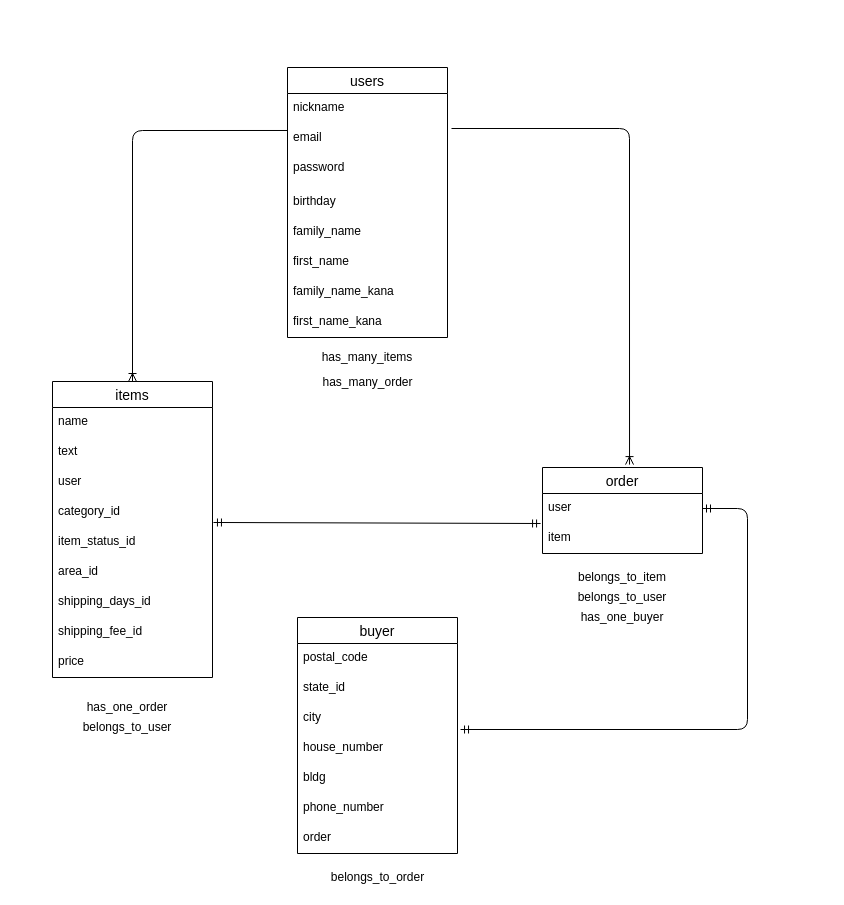
The draw.io diagram ER.dio in outputonlypunch2020xx/furima-30622, before the edit. Source tidied: cells renumbered, new cells numbered last; positions are measured from the earlier drawing's top-left corner, leaving out a move shared by most shapes. Both pictures are drawn from the tidied source at 100%, with x=0, y=0 at pixel (52, 67).
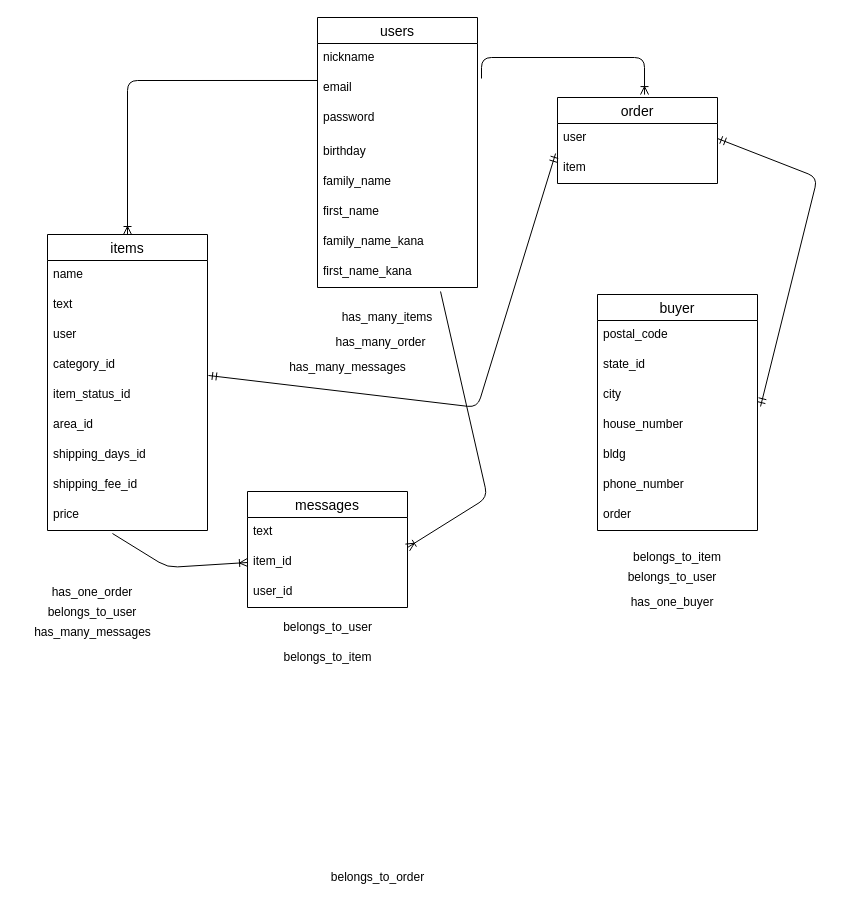
After the change.

Unchanged cells that the change refers to:
```xml
<mxCell id="16" value="email" style="text;strokeColor=none;fillColor=none;spacingLeft=4;spacingRight=4;overflow=hidden;points=[[0,0.5],[1,0.5]];portConstraint=eastwest;fontSize=12;" parent="14" vertex="1">
  <mxGeometry y="56" width="160" height="30" as="geometry" />
</mxCell>
<mxCell id="22" value="first_name_kana" style="text;strokeColor=none;fillColor=none;spacingLeft=4;spacingRight=4;overflow=hidden;points=[[0,0.5],[1,0.5]];portConstraint=eastwest;fontSize=12;" parent="14" vertex="1">
  <mxGeometry y="240" width="160" height="30" as="geometry" />
</mxCell>
<mxCell id="28" value="item_status_id " style="text;strokeColor=none;fillColor=none;spacingLeft=4;spacingRight=4;overflow=hidden;points=[[0,0.5],[1,0.5]];portConstraint=eastwest;fontSize=12;" parent="23" vertex="1">
  <mxGeometry y="146" width="160" height="30" as="geometry" />
</mxCell>
<mxCell id="32" value="price " style="text;strokeColor=none;fillColor=none;spacingLeft=4;spacingRight=4;overflow=hidden;points=[[0,0.5],[1,0.5]];portConstraint=eastwest;fontSize=12;" parent="23" vertex="1">
  <mxGeometry y="266" width="160" height="30" as="geometry" />
</mxCell>
<mxCell id="40" value="house_number" style="text;strokeColor=none;fillColor=none;spacingLeft=4;spacingRight=4;overflow=hidden;points=[[0,0.5],[1,0.5]];portConstraint=eastwest;fontSize=12;" parent="36" vertex="1">
  <mxGeometry y="116" width="160" height="30" as="geometry" />
</mxCell>
```

Change to the diagram source:
```diff
@@
     <mxCell id="2" style="edgeStyle=orthogonalEdgeStyle;fontSize=12;html=1;endArrow=ERoneToMany;exitX=1.025;exitY=0.167;exitDx=0;exitDy=0;exitPerimeter=0;entryX=0.544;entryY=-0.034;entryDx=0;entryDy=0;entryPerimeter=0;" parent="1" edge="1" source="16" target="33">
-      <mxGeometry relative="1" as="geometry" />
+      <mxGeometry relative="1" as="geometry">
+        <Array as="points">
+          <mxPoint x="429" y="-10" />
+          <mxPoint x="592" y="-10" />
+        </Array>
+      </mxGeometry>
     </mxCell>
@@
     <mxCell id="4" value="has_one_order" style="text;html=1;strokeColor=none;fillColor=none;align=center;verticalAlign=middle;whiteSpace=wrap;rounded=0;" parent="1" vertex="1">
-      <mxGeometry y="630" width="150" height="20" as="geometry" />
+      <mxGeometry x="-35" y="515" width="150" height="20" as="geometry" />
     </mxCell>
     <mxCell id="5" value="belongs_to_user" style="text;html=1;strokeColor=none;fillColor=none;align=center;verticalAlign=middle;whiteSpace=wrap;rounded=0;" parent="1" vertex="1">
-      <mxGeometry y="650" width="150" height="20" as="geometry" />
+      <mxGeometry x="-35" y="535" width="150" height="20" as="geometry" />
     </mxCell>
     <mxCell id="6" value="belongs_to_item" style="text;html=1;strokeColor=none;fillColor=none;align=center;verticalAlign=middle;whiteSpace=wrap;rounded=0;" parent="1" vertex="1">
-      <mxGeometry x="510" y="500" width="120" height="20" as="geometry" />
+      <mxGeometry x="565" y="480" width="120" height="20" as="geometry" />
     </mxCell>
     <mxCell id="7" value="has_many_order" style="text;html=1;strokeColor=none;fillColor=none;align=center;verticalAlign=middle;whiteSpace=wrap;rounded=0;" parent="1" vertex="1">
-      <mxGeometry x="265" y="310" width="101" height="10" as="geometry" />
+      <mxGeometry x="278" y="270" width="101" height="10" as="geometry" />
     </mxCell>
     <mxCell id="8" value="belongs_to_user" style="text;html=1;strokeColor=none;fillColor=none;align=center;verticalAlign=middle;whiteSpace=wrap;rounded=0;" parent="1" vertex="1">
-      <mxGeometry x="515" y="520" width="110" height="20" as="geometry" />
+      <mxGeometry x="565" y="500" width="110" height="20" as="geometry" />
     </mxCell>
-    <mxCell id="9" style="fontSize=12;html=1;endArrow=ERmandOne;startArrow=ERmandOne;exitX=1.019;exitY=-0.133;exitDx=0;exitDy=0;exitPerimeter=0;edgeStyle=orthogonalEdgeStyle;entryX=1;entryY=0.5;entryDx=0;entryDy=0;" parent="1" edge="1" source="40" target="34">
+    <mxCell id="9" style="fontSize=12;html=1;endArrow=ERmandOne;startArrow=ERmandOne;exitX=1.019;exitY=-0.133;exitDx=0;exitDy=0;exitPerimeter=0;entryX=1;entryY=0.5;entryDx=0;entryDy=0;elbow=vertical;" parent="1" edge="1" source="40" target="34">
       <mxGeometry relative="1" as="geometry">
         <Array as="points">
-          <mxPoint x="695" y="662" />
-          <mxPoint x="695" y="441" />
+          <mxPoint x="765" y="110" />
         </Array>
       </mxGeometry>
     </mxCell>
     <mxCell id="10" value="has_one_buyer" style="text;html=1;strokeColor=none;fillColor=none;align=center;verticalAlign=middle;whiteSpace=wrap;rounded=0;" parent="1" vertex="1">
-      <mxGeometry x="530" y="540" width="80" height="20" as="geometry" />
+      <mxGeometry x="580" y="525" width="80" height="20" as="geometry" />
     </mxCell>
-    <mxCell id="11" value="belongs_to_order" style="text;html=1;align=center;verticalAlign=middle;" parent="1" vertex="1">
-      <mxGeometry x="270" y="800" width="110" height="20" as="geometry" />
-    </mxCell>
-    <mxCell id="12" value="has_many_items" style="text;html=1;strokeColor=none;fillColor=none;align=center;verticalAlign=middle;whiteSpace=wrap;rounded=0;" parent="1" vertex="1">
-      <mxGeometry x="235" y="280" width="160" height="20" as="geometry" />
-    </mxCell>
-    <mxCell id="13" style="fontSize=12;html=1;endArrow=ERmandOne;startArrow=ERmandOne;exitX=1.006;exitY=-0.167;exitDx=0;exitDy=0;exitPerimeter=0;entryX=-0.012;entryY=0;entryDx=0;entryDy=0;entryPerimeter=0;" parent="1" edge="1" source="28" target="35">
-      <mxGeometry relative="1" as="geometry" />
-    </mxCell>
     <mxCell id="14" value="users" style="swimlane;fontStyle=0;horizontal=1;startSize=26;align=center;fontSize=14;" parent="1" vertex="1">
-      <mxGeometry x="235" width="160" height="270" as="geometry" />
+      <mxGeometry x="265" y="-50" width="160" height="270" as="geometry" />
     </mxCell>
@@
+    <mxCell id="11" value="belongs_to_order" style="text;html=1;align=center;verticalAlign=middle;" parent="1" vertex="1">
+      <mxGeometry x="270" y="800" width="110" height="20" as="geometry" />
+    </mxCell>
+    <mxCell id="12" value="has_many_items" style="text;html=1;strokeColor=none;fillColor=none;align=center;verticalAlign=middle;whiteSpace=wrap;rounded=0;" parent="1" vertex="1">
+      <mxGeometry x="255" y="240" width="160" height="20" as="geometry" />
+    </mxCell>
+    <mxCell id="13" style="fontSize=12;html=1;endArrow=ERmandOne;startArrow=ERmandOne;exitX=1.006;exitY=-0.167;exitDx=0;exitDy=0;exitPerimeter=0;entryX=-0.012;entryY=0;entryDx=0;entryDy=0;entryPerimeter=0;" parent="1" edge="1" source="28" target="35">
+      <mxGeometry relative="1" as="geometry">
+        <Array as="points">
+          <mxPoint x="425" y="340" />
+        </Array>
+      </mxGeometry>
+    </mxCell>
+    <mxCell id="33" value="order" style="swimlane;fontStyle=0;horizontal=1;startSize=26;align=center;fontSize=14;" parent="1" vertex="1">
+      <mxGeometry x="505" y="30" width="160" height="86" as="geometry" />
+    </mxCell>
+    <mxCell id="34" value="user" style="text;strokeColor=none;fillColor=none;spacingLeft=4;spacingRight=4;overflow=hidden;points=[[0,0.5],[1,0.5]];portConstraint=eastwest;fontSize=12;" parent="33" vertex="1">
+      <mxGeometry y="26" width="160" height="30" as="geometry" />
+    </mxCell>
+    <mxCell id="35" value="item" style="text;strokeColor=none;fillColor=none;spacingLeft=4;spacingRight=4;overflow=hidden;points=[[0,0.5],[1,0.5]];portConstraint=eastwest;fontSize=12;" parent="33" vertex="1">
+      <mxGeometry y="56" width="160" height="30" as="geometry" />
+    </mxCell>
     <mxCell id="23" value="items" style="swimlane;fontStyle=0;horizontal=1;startSize=26;align=center;fontSize=14;" parent="1" vertex="1">
-      <mxGeometry y="314" width="160" height="296" as="geometry" />
+      <mxGeometry x="-5" y="167" width="160" height="296" as="geometry" />
     </mxCell>
@@
-    <mxCell id="33" value="order" style="swimlane;fontStyle=0;horizontal=1;startSize=26;align=center;fontSize=14;" parent="1" vertex="1">
-      <mxGeometry x="490" y="400" width="160" height="86" as="geometry" />
-    </mxCell>
-    <mxCell id="34" value="user" style="text;strokeColor=none;fillColor=none;spacingLeft=4;spacingRight=4;overflow=hidden;points=[[0,0.5],[1,0.5]];portConstraint=eastwest;fontSize=12;" parent="33" vertex="1">
-      <mxGeometry y="26" width="160" height="30" as="geometry" />
-    </mxCell>
-    <mxCell id="35" value="item" style="text;strokeColor=none;fillColor=none;spacingLeft=4;spacingRight=4;overflow=hidden;points=[[0,0.5],[1,0.5]];portConstraint=eastwest;fontSize=12;" parent="33" vertex="1">
-      <mxGeometry y="56" width="160" height="30" as="geometry" />
-    </mxCell>
     <mxCell id="36" value="buyer" style="swimlane;fontStyle=0;horizontal=1;startSize=26;align=center;fontSize=14;" parent="1" vertex="1">
-      <mxGeometry x="245" y="550" width="160" height="236" as="geometry" />
+      <mxGeometry x="545" y="227" width="160" height="236" as="geometry" />
     </mxCell>
@@
+    <mxCell id="44" value="messages" style="swimlane;fontStyle=0;horizontal=1;startSize=26;align=center;fontSize=14;" parent="1" vertex="1">
+      <mxGeometry x="195" y="424" width="160" height="116" as="geometry" />
+    </mxCell>
+    <mxCell id="45" value="text" style="text;strokeColor=none;fillColor=none;spacingLeft=4;spacingRight=4;overflow=hidden;fontSize=12;" parent="44" vertex="1">
+      <mxGeometry y="26" width="160" height="30" as="geometry" />
+    </mxCell>
+    <mxCell id="46" value="item_id" style="text;strokeColor=none;fillColor=none;spacingLeft=4;spacingRight=4;overflow=hidden;points=[[0,0.5],[1,0.5]];portConstraint=eastwest;fontSize=12;" parent="44" vertex="1">
+      <mxGeometry y="56" width="160" height="30" as="geometry" />
+    </mxCell>
+    <mxCell id="47" value="user_id" style="text;strokeColor=none;fillColor=none;spacingLeft=4;spacingRight=4;overflow=hidden;fontSize=12;" parent="44" vertex="1">
+      <mxGeometry y="86" width="160" height="30" as="geometry" />
+    </mxCell>
+    <mxCell id="48" value="belongs_to_user" style="text;html=1;align=center;verticalAlign=middle;" parent="1" vertex="1">
+      <mxGeometry x="225" y="550" width="100" height="20" as="geometry" />
+    </mxCell>
+    <mxCell id="49" value="belongs_to_item" style="text;html=1;align=center;verticalAlign=middle;" parent="1" vertex="1">
+      <mxGeometry x="225" y="580" width="100" height="20" as="geometry" />
+    </mxCell>
+    <mxCell id="50" style="fontSize=12;html=1;endArrow=ERoneToMany;entryX=0;entryY=0.5;entryDx=0;entryDy=0;exitX=0.406;exitY=1.1;exitDx=0;exitDy=0;exitPerimeter=0;" parent="1" edge="1" source="32" target="46">
+      <mxGeometry relative="1" as="geometry">
+        <Array as="points">
+          <mxPoint x="115" y="500" />
+        </Array>
+      </mxGeometry>
+    </mxCell>
+    <mxCell id="51" style="fontSize=12;html=1;endArrow=ERoneToMany;exitX=0.769;exitY=1.133;exitDx=0;exitDy=0;exitPerimeter=0;entryX=1;entryY=0;entryDx=0;entryDy=0;entryPerimeter=0;" parent="1" edge="1" source="22" target="46">
+      <mxGeometry relative="1" as="geometry">
+        <Array as="points">
+          <mxPoint x="435" y="430" />
+        </Array>
+      </mxGeometry>
+    </mxCell>
+    <mxCell id="52" value="has_many_messages" style="text;html=1;align=center;verticalAlign=middle;" parent="1" vertex="1">
+      <mxGeometry x="230" y="290" width="130" height="20" as="geometry" />
+    </mxCell>
+    <mxCell id="53" value="has_many_messages" style="text;html=1;align=center;verticalAlign=middle;" parent="1" vertex="1">
+      <mxGeometry x="-25" y="555" width="130" height="20" as="geometry" />
+    </mxCell>
```
